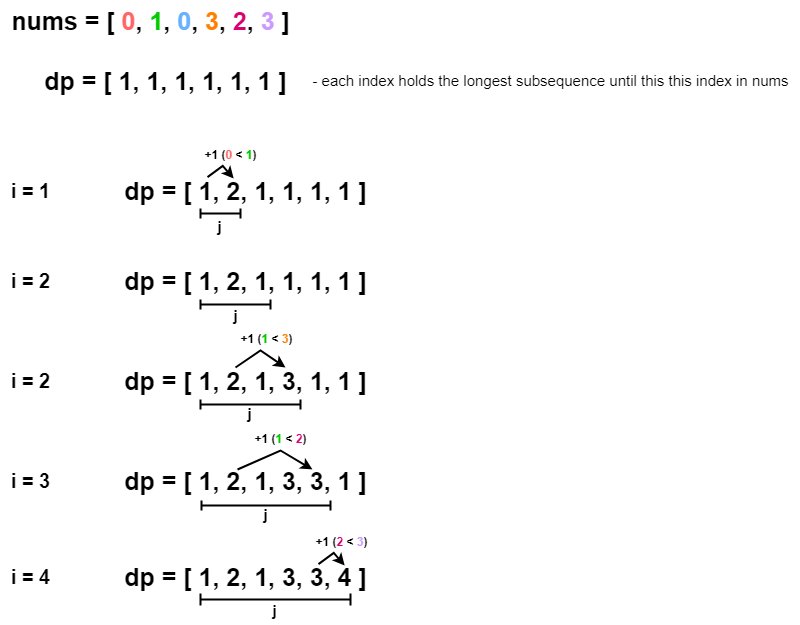
Above: Python3/img/LongestIncreasingSubsequence.png in ashiven/leetcode-solutions (draw.io), before the change. Source tidied: cells renumbered, new cells last; positions are measured from the earlier drawing's top-left corner, leaving out a move shared by most shapes.
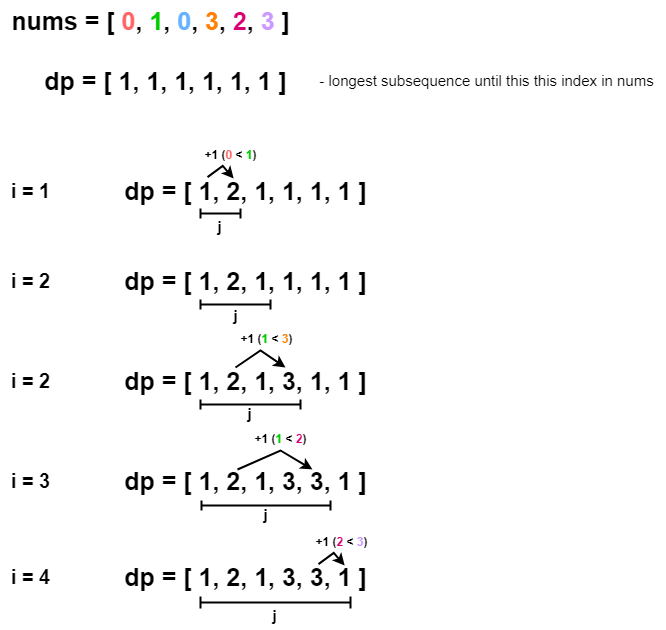
The same diagram one commit later.

Diff of the diagram source:
```diff
@@ -8,8 +8,8 @@
     <mxCell id="3" value="dp = [ 1, 1, 1, 1, 1, 1 ]" style="text;html=1;align=center;verticalAlign=middle;strokeColor=none;fillColor=none;fontSize=25;fontStyle=1;" parent="1" vertex="1">
       <mxGeometry x="30" y="60" width="270" height="40" as="geometry" />
     </mxCell>
-    <mxCell id="4" value="&lt;font style=&quot;font-size: 15px;&quot;&gt;- each index holds the longest subsequence until this this index in nums&lt;/font&gt;" style="text;html=1;align=center;verticalAlign=middle;strokeColor=none;fillColor=none;" parent="1" vertex="1">
-      <mxGeometry x="300" y="65" width="500" height="30" as="geometry" />
+    <mxCell id="4" value="&lt;font style=&quot;font-size: 15px;&quot;&gt;- longest subsequence until this this index in nums&lt;/font&gt;" style="text;html=1;align=center;verticalAlign=middle;strokeColor=none;fillColor=none;" parent="1" vertex="1">
+      <mxGeometry x="306" y="65" width="360" height="30" as="geometry" />
     </mxCell>
     <mxCell id="5" value="i = 1" style="text;html=1;align=center;verticalAlign=middle;strokeColor=none;fillColor=none;fontSize=20;fontStyle=1;" parent="1" vertex="1">
       <mxGeometry y="170" width="60" height="40" as="geometry" />
@@ -74,7 +74,7 @@
     <mxCell id="19" value="i = 4" style="text;html=1;align=center;verticalAlign=middle;strokeColor=none;fillColor=none;fontSize=20;fontStyle=1;" parent="1" vertex="1">
       <mxGeometry y="556" width="60" height="40" as="geometry" />
     </mxCell>
-    <mxCell id="20" value="dp = [ 1, 2, 1, 3, 3, 4 ]" style="text;html=1;align=center;verticalAlign=middle;strokeColor=none;fillColor=none;fontSize=25;fontStyle=1;" parent="1" vertex="1">
+    <mxCell id="20" value="dp = [ 1, 2, 1, 3, 3, 1 ]" style="text;html=1;align=center;verticalAlign=middle;strokeColor=none;fillColor=none;fontSize=25;fontStyle=1;" parent="1" vertex="1">
       <mxGeometry x="110" y="556" width="270" height="40" as="geometry" />
     </mxCell>
     <mxCell id="21" style="endArrow=classic;html=1;rounded=0;entryX=0.448;entryY=0.065;entryDx=0;entryDy=0;entryPerimeter=0;exitX=0.351;exitY=0.03;exitDx=0;exitDy=0;exitPerimeter=0;strokeWidth=2;" parent="1" edge="1">
@@ -102,7 +102,7 @@
       <mxGeometry x="201" y="500" width="129" height="10" as="geometry" />
     </mxCell>
     <mxCell id="27" style="shape=crossbar;whiteSpace=wrap;html=1;rounded=1;strokeWidth=2;" parent="1" vertex="1">
-      <mxGeometry x="200" y="593" width="150" height="12" as="geometry" />
+      <mxGeometry x="200" y="596" width="150" height="12" as="geometry" />
     </mxCell>
     <mxCell id="28" value="&lt;font style=&quot;font-size: 15px;&quot;&gt;&lt;b&gt;j&lt;/b&gt;&lt;/font&gt;" style="text;html=1;align=center;verticalAlign=middle;strokeColor=none;fillColor=none;" parent="1" vertex="1">
       <mxGeometry x="204" y="211" width="30" height="30" as="geometry" />
@@ -117,7 +117,7 @@
       <mxGeometry x="250" y="499" width="30" height="30" as="geometry" />
     </mxCell>
     <mxCell id="32" value="&lt;font style=&quot;font-size: 15px;&quot;&gt;&lt;b&gt;j&lt;/b&gt;&lt;/font&gt;" style="text;html=1;align=center;verticalAlign=middle;strokeColor=none;fillColor=none;" parent="1" vertex="1">
-      <mxGeometry x="259" y="595" width="30" height="30" as="geometry" />
+      <mxGeometry x="259" y="600" width="30" height="30" as="geometry" />
     </mxCell>
   </root>
 </mxGraphModel>
```
